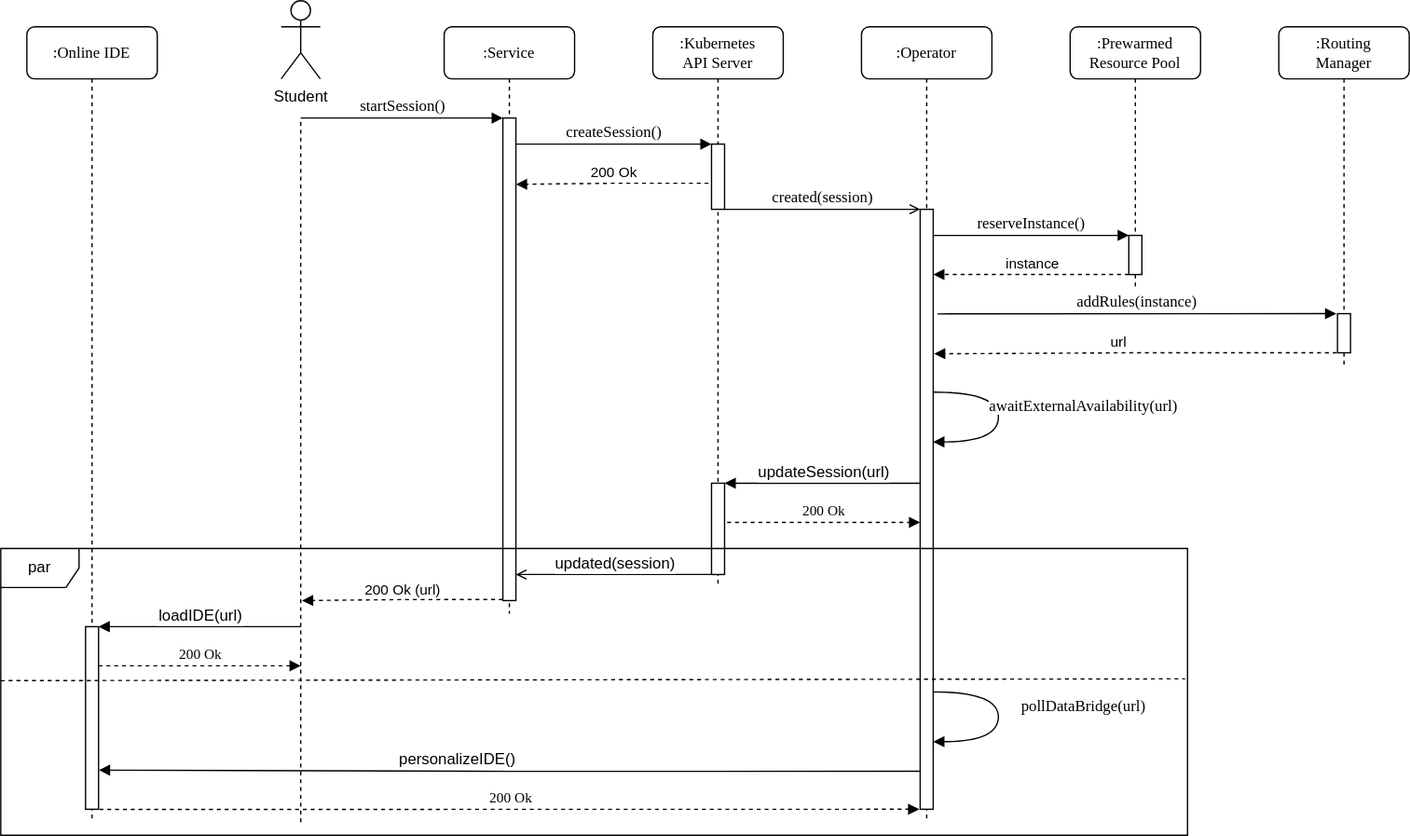
The draw.io diagram figures/startup-seq.svg in lukaskratzel/ba, before a commit. Source tidied: cells renumbered, new cells last; positions are measured from the earlier drawing's top-left corner, leaving out a move shared by most shapes.
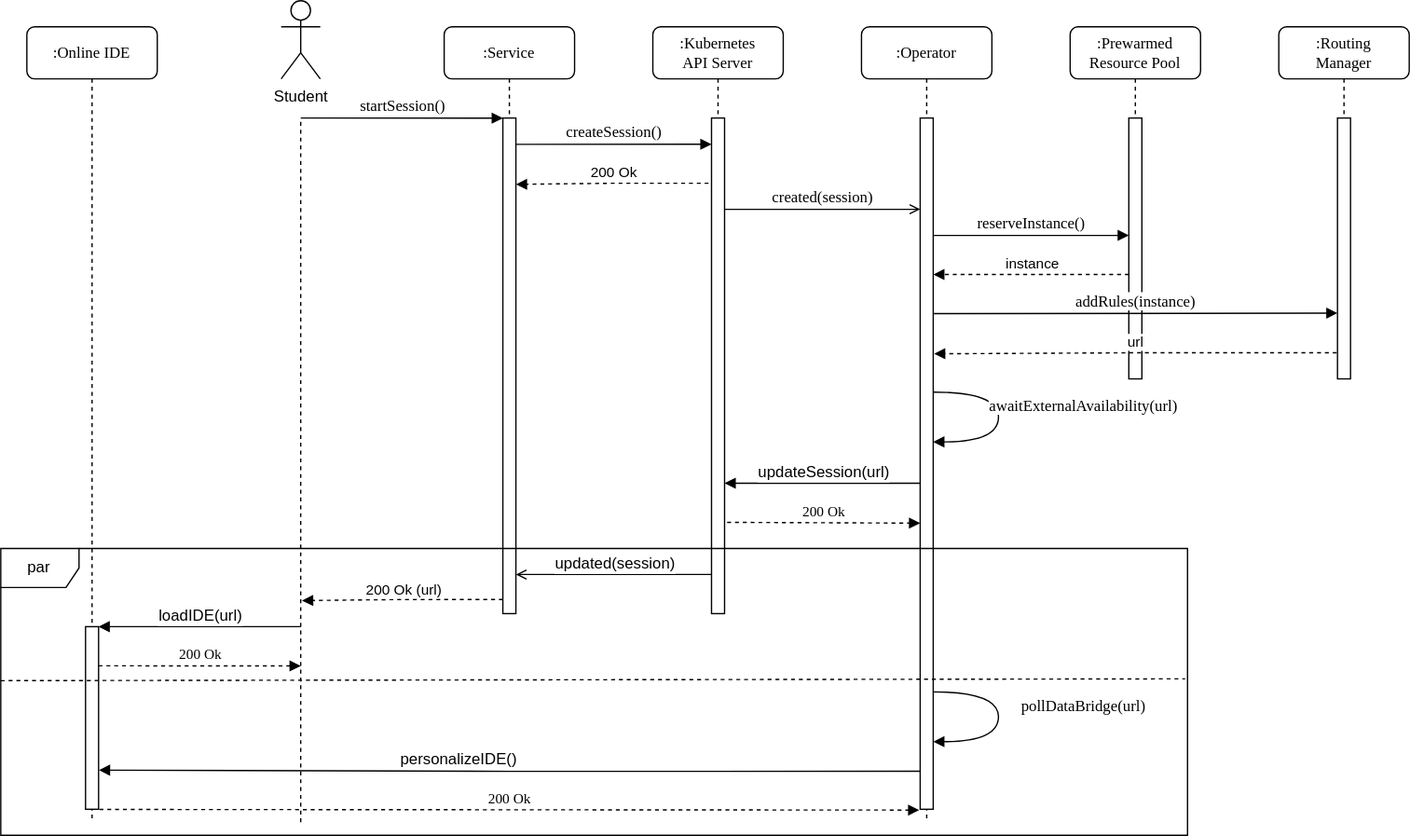
After the change.

Change to the diagram source:
```diff
@@ -6,7 +6,7 @@
       <mxGeometry x="340" y="20" width="100" height="450" as="geometry" />
     </mxCell>
     <mxCell id="3" style="html=1;points=[];perimeter=orthogonalPerimeter;rounded=0;shadow=0;comic=0;labelBackgroundColor=none;strokeWidth=1;fontFamily=Verdana;fontSize=12;align=center;" parent="2" vertex="1">
-      <mxGeometry x="45" y="70" width="10" height="370" as="geometry" />
+      <mxGeometry x="45" y="70" width="10" height="380" as="geometry" />
     </mxCell>
     <mxCell id="4" style="edgeStyle=orthogonalEdgeStyle;rounded=0;orthogonalLoop=1;jettySize=auto;html=1;entryX=1.065;entryY=0.17;entryDx=0;entryDy=0;entryPerimeter=0;exitX=-0.162;exitY=0.977;exitDx=0;exitDy=0;exitPerimeter=0;dashed=1;endArrow=block;endFill=1;" parent="2" edge="1">
       <mxGeometry relative="1" as="geometry">
@@ -20,14 +20,11 @@
       </mxGeometry>
     </mxCell>
     <mxCell id="6" value=":Kubernetes&lt;div&gt;API Server&lt;/div&gt;" style="shape=umlLifeline;perimeter=lifelinePerimeter;whiteSpace=wrap;html=1;rounded=1;shadow=0;comic=0;labelBackgroundColor=none;strokeWidth=1;fontFamily=Verdana;fontSize=12;align=center;" parent="1" vertex="1">
-      <mxGeometry x="500" y="20" width="100" height="430" as="geometry" />
+      <mxGeometry x="500" y="20" width="100" height="450" as="geometry" />
     </mxCell>
     <mxCell id="7" style="html=1;points=[];perimeter=orthogonalPerimeter;rounded=0;shadow=0;comic=0;labelBackgroundColor=none;strokeWidth=1;fontFamily=Verdana;fontSize=12;align=center;" parent="6" vertex="1">
-      <mxGeometry x="45" y="90" width="10" height="50" as="geometry" />
+      <mxGeometry x="45" y="70" width="10" height="380" as="geometry" />
     </mxCell>
-    <mxCell id="8" style="html=1;perimeter=orthogonalPerimeter;rounded=0;shadow=0;comic=0;labelBackgroundColor=none;strokeWidth=1;fontFamily=Verdana;fontSize=12;align=center;" parent="6" vertex="1">
-      <mxGeometry x="45" y="350" width="10" height="70" as="geometry" />
-    </mxCell>
     <mxCell id="9" style="edgeStyle=orthogonalEdgeStyle;rounded=0;orthogonalLoop=1;jettySize=auto;html=1;entryX=1.029;entryY=0.984;entryDx=0;entryDy=0;entryPerimeter=0;exitX=-0.162;exitY=0.977;exitDx=0;exitDy=0;exitPerimeter=0;endArrow=block;endFill=1;" parent="6" edge="1">
       <mxGeometry relative="1" as="geometry">
         <mxPoint x="205" y="350" as="sourcePoint" />
@@ -39,11 +36,17 @@
         <mxPoint x="13" y="-8" as="offset" />
       </mxGeometry>
     </mxCell>
+    <mxCell id="19" value="createSession()" style="html=1;verticalAlign=bottom;endArrow=block;entryX=0;entryY=0;labelBackgroundColor=none;fontFamily=Verdana;fontSize=12;edgeStyle=elbowEdgeStyle;elbow=vertical;" parent="6" edge="1">
+      <mxGeometry relative="1" as="geometry">
+        <mxPoint x="-105" y="90.2" as="sourcePoint" />
+        <mxPoint x="45" y="90" as="targetPoint" />
+      </mxGeometry>
+    </mxCell>
     <mxCell id="11" value=":Operator" style="shape=umlLifeline;perimeter=lifelinePerimeter;whiteSpace=wrap;html=1;rounded=1;shadow=0;comic=0;labelBackgroundColor=none;strokeWidth=1;fontFamily=Verdana;fontSize=12;align=center;" parent="1" vertex="1">
       <mxGeometry x="660" y="20" width="100" height="610" as="geometry" />
     </mxCell>
     <mxCell id="12" style="html=1;points=[];perimeter=orthogonalPerimeter;rounded=0;shadow=0;comic=0;labelBackgroundColor=none;strokeWidth=1;fontFamily=Verdana;fontSize=12;align=center;" parent="11" vertex="1">
-      <mxGeometry x="45" y="140" width="10" height="460" as="geometry" />
+      <mxGeometry x="45" y="70" width="10" height="530" as="geometry" />
     </mxCell>
     <mxCell id="13" value="&lt;span style=&quot;background-color: light-dark(#ffffff, var(--ge-dark-color, #121212));&quot;&gt;awaitExternalAvailability(url)&lt;/span&gt;" style="html=1;verticalAlign=bottom;endArrow=block;labelBackgroundColor=none;fontFamily=Verdana;fontSize=12;elbow=vertical;edgeStyle=orthogonalEdgeStyle;curved=1;entryX=1;entryY=0.286;entryPerimeter=0;exitX=1.034;exitY=0.584;exitDx=0;exitDy=0;exitPerimeter=0;" parent="11" edge="1">
       <mxGeometry x="0.01" y="65" relative="1" as="geometry">
@@ -66,10 +69,10 @@
       </mxGeometry>
     </mxCell>
     <mxCell id="15" value=":Prewarmed Resource Pool" style="shape=umlLifeline;perimeter=lifelinePerimeter;whiteSpace=wrap;html=1;rounded=1;shadow=0;comic=0;labelBackgroundColor=none;strokeWidth=1;fontFamily=Verdana;fontSize=12;align=center;" parent="1" vertex="1">
-      <mxGeometry x="820" y="20" width="100" height="200" as="geometry" />
+      <mxGeometry x="820" y="20" width="100" height="270" as="geometry" />
     </mxCell>
     <mxCell id="16" style="html=1;perimeter=orthogonalPerimeter;rounded=0;shadow=0;comic=0;labelBackgroundColor=none;strokeWidth=1;fontFamily=Verdana;fontSize=12;align=center;" parent="15" vertex="1">
-      <mxGeometry x="45" y="160" width="10" height="30" as="geometry" />
+      <mxGeometry x="45" y="70" width="10" height="200" as="geometry" />
     </mxCell>
     <mxCell id="17" value="created(session)" style="html=1;verticalAlign=bottom;endArrow=open;labelBackgroundColor=none;fontFamily=Verdana;fontSize=12;edgeStyle=elbowEdgeStyle;elbow=vertical;endFill=0;" parent="1" edge="1" source="7" target="12">
       <mxGeometry x="-0.01" relative="1" as="geometry">
@@ -84,14 +87,11 @@
         <mxPoint x="385" y="90" as="targetPoint" />
       </mxGeometry>
     </mxCell>
-    <mxCell id="19" value="createSession()" style="html=1;verticalAlign=bottom;endArrow=block;entryX=0;entryY=0;labelBackgroundColor=none;fontFamily=Verdana;fontSize=12;edgeStyle=elbowEdgeStyle;elbow=vertical;" parent="1" edge="1" source="3" target="7">
-      <mxGeometry relative="1" as="geometry" />
-    </mxCell>
     <mxCell id="20" value=":Routing&lt;div&gt;Manager&lt;/div&gt;" style="shape=umlLifeline;perimeter=lifelinePerimeter;whiteSpace=wrap;html=1;rounded=1;shadow=0;comic=0;labelBackgroundColor=none;strokeWidth=1;fontFamily=Verdana;fontSize=12;align=center;" parent="1" vertex="1">
-      <mxGeometry x="980" y="20" width="100" height="260" as="geometry" />
+      <mxGeometry x="980" y="20" width="100" height="270" as="geometry" />
     </mxCell>
     <mxCell id="21" style="html=1;points=[];perimeter=orthogonalPerimeter;rounded=0;shadow=0;comic=0;labelBackgroundColor=none;strokeWidth=1;fontFamily=Verdana;fontSize=12;align=center;" parent="20" vertex="1">
-      <mxGeometry x="45" y="220" width="10" height="30" as="geometry" />
+      <mxGeometry x="45" y="70" width="10" height="200" as="geometry" />
     </mxCell>
     <mxCell id="22" value="reserveInstance()" style="html=1;verticalAlign=bottom;endArrow=block;labelBackgroundColor=none;fontFamily=Verdana;fontSize=12;edgeStyle=elbowEdgeStyle;elbow=vertical;" parent="1" edge="1">
       <mxGeometry relative="1" as="geometry">
@@ -102,9 +102,10 @@
         </Array>
       </mxGeometry>
     </mxCell>
-    <mxCell id="23" value="&lt;span style=&quot;background-color: light-dark(#ffffff, var(--ge-dark-color, #121212));&quot;&gt;addRules(instance)&lt;/span&gt;" style="html=1;verticalAlign=bottom;endArrow=block;labelBackgroundColor=none;fontFamily=Verdana;fontSize=12;edgeStyle=elbowEdgeStyle;elbow=vertical;entryX=-0.096;entryY=-0.008;entryDx=0;entryDy=0;entryPerimeter=0;" parent="1" edge="1" target="21">
+    <mxCell id="23" value="&lt;span style=&quot;background-color: light-dark(#ffffff, var(--ge-dark-color, #121212));&quot;&gt;addRules(instance)&lt;/span&gt;" style="html=1;verticalAlign=bottom;endArrow=block;labelBackgroundColor=none;fontFamily=Verdana;fontSize=12;edgeStyle=elbowEdgeStyle;elbow=vertical;entryX=-0.096;entryY=-0.008;entryDx=0;entryDy=0;entryPerimeter=0;" parent="1" edge="1">
       <mxGeometry relative="1" as="geometry">
-        <mxPoint x="718.1" y="240.2" as="sourcePoint" />
+        <mxPoint x="715" y="240" as="sourcePoint" />
+        <mxPoint x="1025" y="240" as="targetPoint" />
       </mxGeometry>
     </mxCell>
     <mxCell id="24" style="edgeStyle=orthogonalEdgeStyle;rounded=0;orthogonalLoop=1;jettySize=auto;html=1;entryX=1.029;entryY=0.984;entryDx=0;entryDy=0;entryPerimeter=0;exitX=-0.162;exitY=0.977;exitDx=0;exitDy=0;exitPerimeter=0;dashed=1;endArrow=block;endFill=1;" parent="1" edge="1">
@@ -129,7 +130,7 @@
     </mxCell>
     <mxCell id="27" value="url" style="edgeLabel;html=1;align=center;verticalAlign=middle;" parent="26" vertex="1">
       <mxGeometry x="0.17" y="-1" relative="1" as="geometry">
-        <mxPoint x="13" y="-8" as="offset" />
+        <mxPoint x="26" y="-8" as="offset" />
       </mxGeometry>
     </mxCell>
     <mxCell id="28" style="edgeStyle=orthogonalEdgeStyle;rounded=0;orthogonalLoop=1;jettySize=auto;html=1;exitX=-0.162;exitY=0.977;exitDx=0;exitDy=0;exitPerimeter=0;endArrow=open;endFill=0;" parent="1" edge="1">
```
